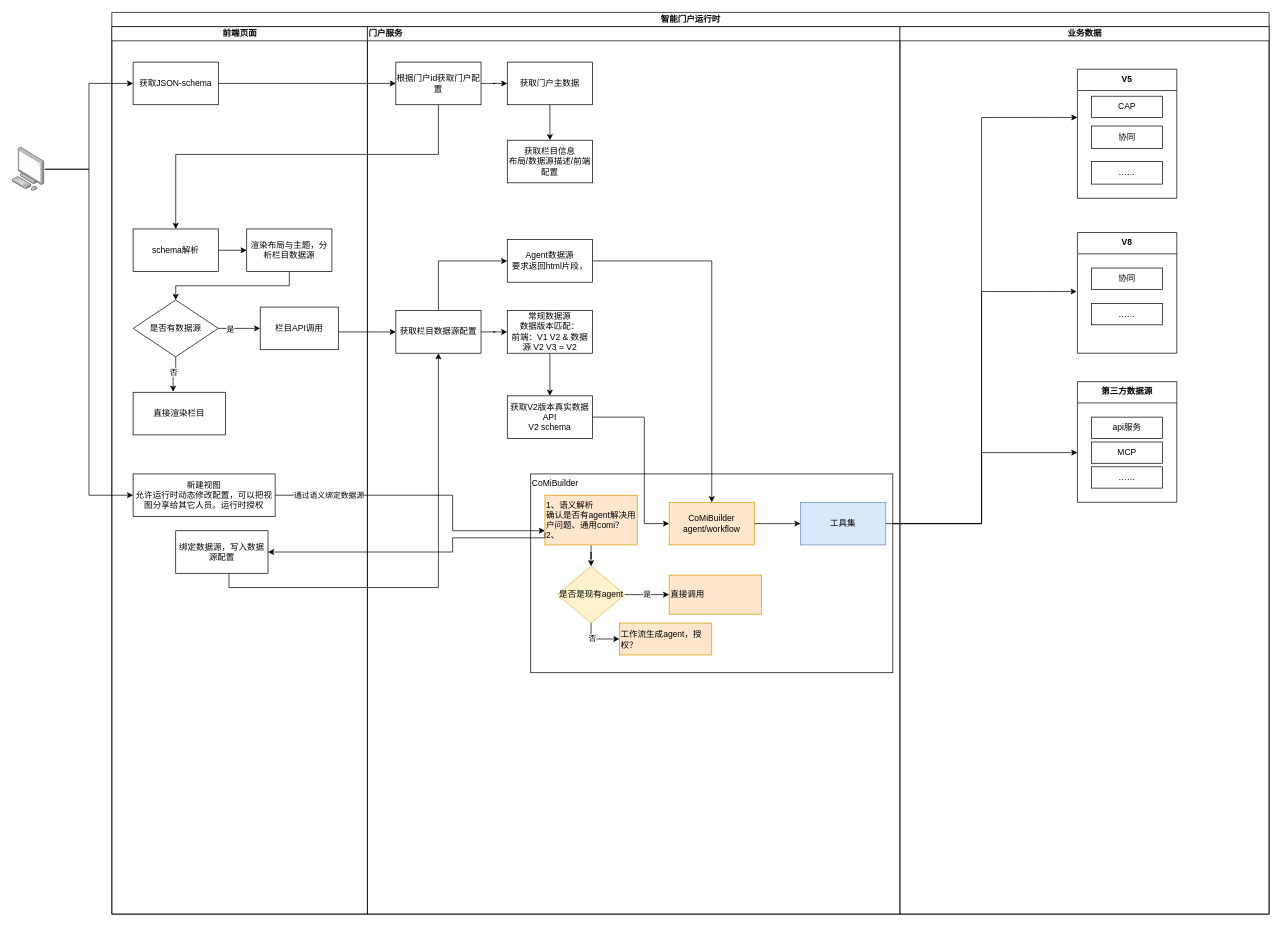
This is 门户架构图.drawio from wangweiccmo/drawio, a draw.io file, before an edit. Source tidied: cells renumbered, new cells numbered last; positions are measured from the earlier drawing's top-left corner, leaving out a move shared by most shapes. Both pictures are drawn from the tidied source at 71%, with x=0, y=0 at pixel (12, 12).
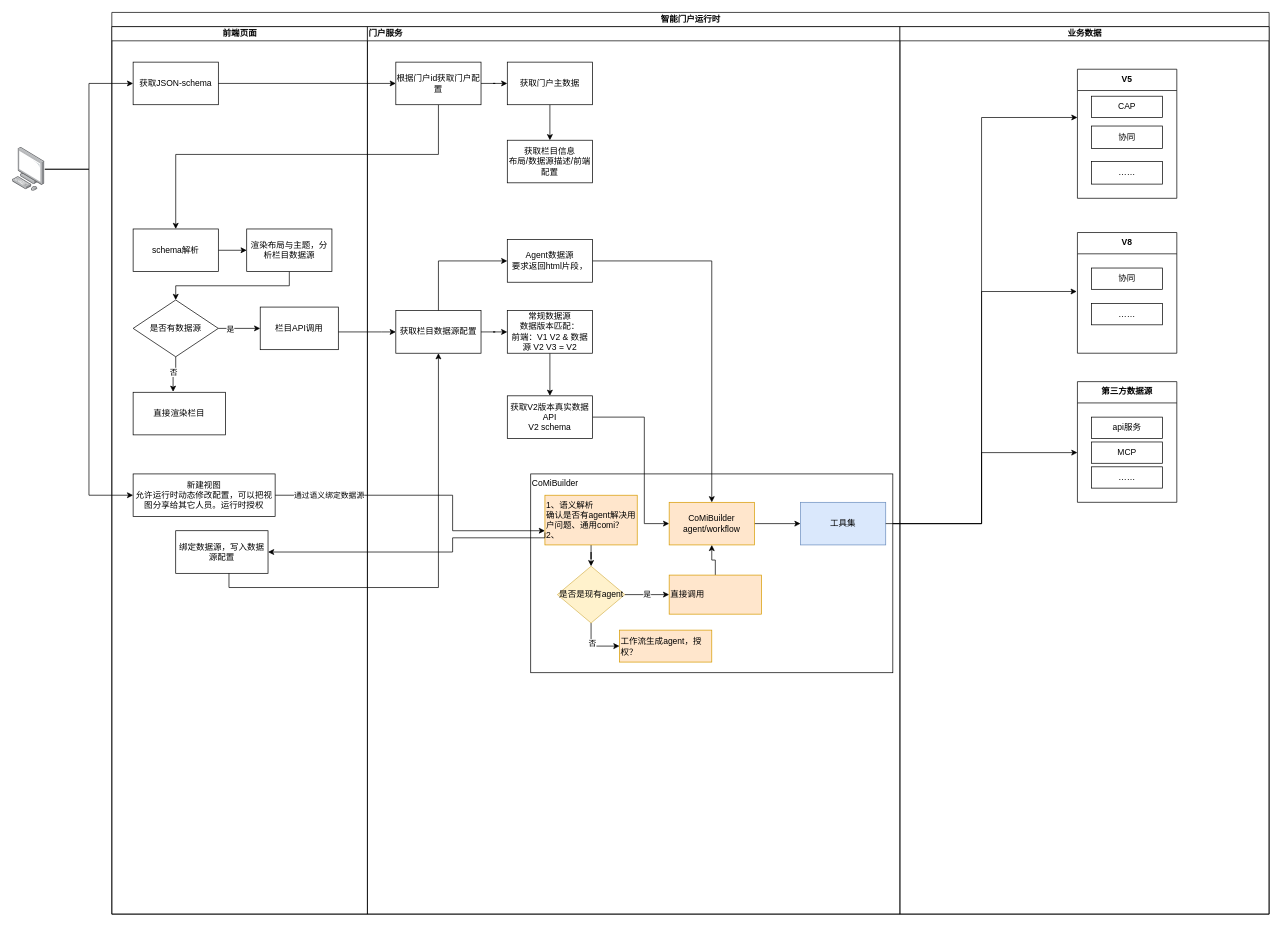
The same diagram, later.

Commit message:
更新门户架构图.drawio

The change refers to these unchanged cells:
```xml
<mxCell id="23" value="门户服务" style="swimlane;startSize=20;html=1;align=left;" parent="2" vertex="1">
  <mxGeometry x="360" y="20" width="750" height="1250" as="geometry" />
</mxCell>
<mxCell id="38" value="CoMiBuilder&lt;div&gt;agent/workflow&lt;/div&gt;" style="rounded=0;whiteSpace=wrap;html=1;fillColor=#ffe6cc;strokeColor=#d79b00;" parent="23" vertex="1">
  <mxGeometry x="425" y="670" width="120" height="60" as="geometry" />
</mxCell>
<mxCell id="49" value="直接调用" style="rounded=0;whiteSpace=wrap;html=1;fillColor=#ffe6cc;align=left;strokeColor=#d79b00;" parent="23" vertex="1">
  <mxGeometry x="425" y="772.5" width="130" height="55" as="geometry" />
</mxCell>
```

Diff of the diagram source:
```diff
@@
+    <mxCell id="74" style="edgeStyle=orthogonalEdgeStyle;rounded=0;jettySize=auto;html=1;" parent="23" edge="1" source="49" target="38">
+      <mxGeometry relative="1" as="geometry" />
+    </mxCell>
@@
     <mxCell id="50" value="工作流生成agent，授权？" style="rounded=0;whiteSpace=wrap;html=1;fillColor=#ffe6cc;align=left;strokeColor=#d79b00;" parent="23" vertex="1">
-      <mxGeometry x="355" y="840" width="130" height="45" as="geometry" />
+      <mxGeometry x="355" y="850" width="130" height="45" as="geometry" />
     </mxCell>
```
